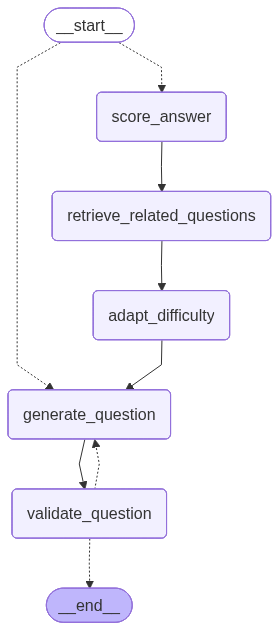
Above: backend/langgraph.png in Janakrish1/MIA-MockInterviewAgent (Mermaid), before the change. Its source is kept beside it as backend/langgraph.mmd.
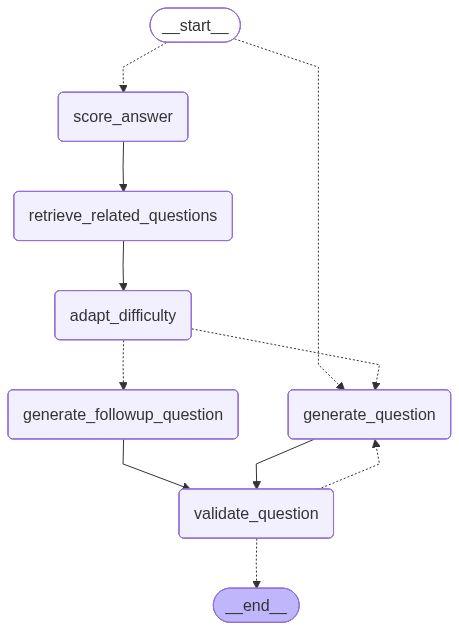
The same file after the commit.

The edit, as a diff of the source:
```diff
@@ -6,6 +6,7 @@
 graph TD;
 	__start__([<p>__start__</p>]):::first
 	generate_question(generate_question)
+	generate_followup_question(generate_followup_question)
 	validate_question(validate_question)
 	score_answer(score_answer)
 	retrieve_related_questions(retrieve_related_questions)
@@ -13,7 +14,9 @@
 	__end__([<p>__end__</p>]):::last
 	__start__ -.-> generate_question;
 	__start__ -.-> score_answer;
-	adapt_difficulty --> generate_question;
+	adapt_difficulty -.-> generate_followup_question;
+	adapt_difficulty -.-> generate_question;
+	generate_followup_question --> validate_question;
 	generate_question --> validate_question;
 	retrieve_related_questions --> adapt_difficulty;
 	score_answer --> retrieve_related_questions;
```
